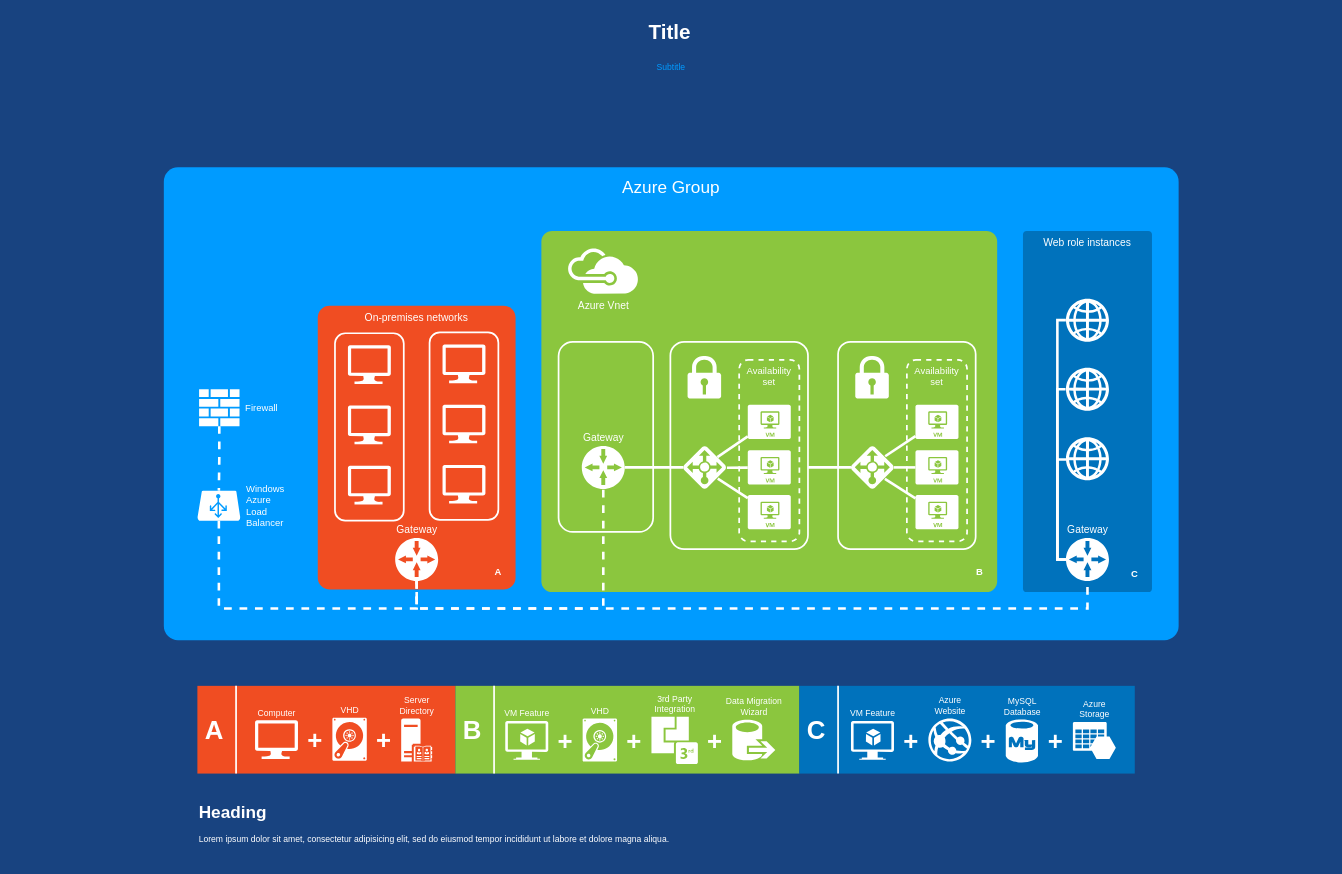
Before: page "Page-1" (1 of 2) of Untitled Diagram.drawio in yijiangwen/dew, a draw.io diagram. Source tidied: cells renumbered, new cells numbered last; positions are measured from the earlier drawing's top-left corner, leaving out a move shared by most shapes. Both pictures are drawn from the tidied source at 86%, with x=0, y=0 at pixel (15, 15).
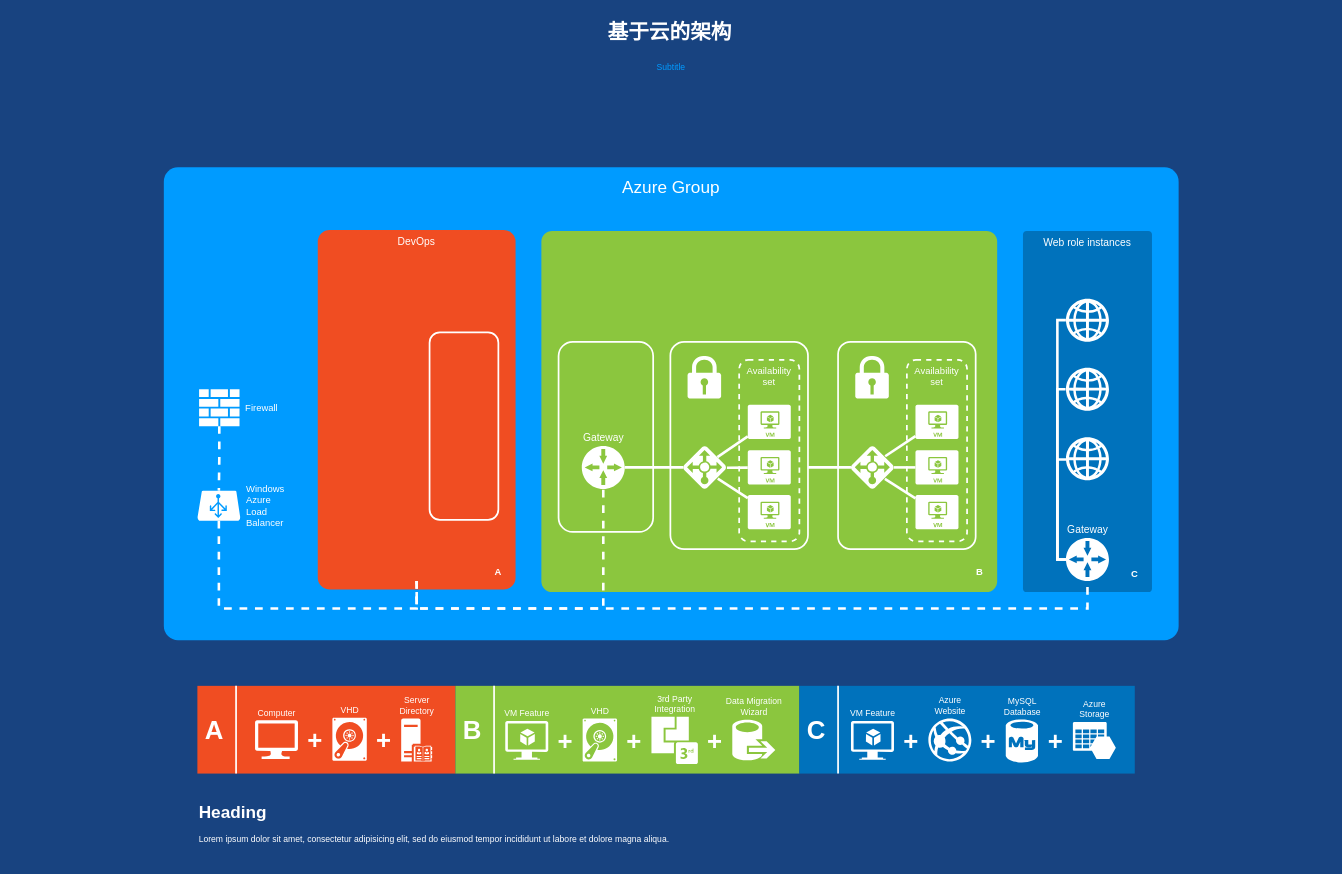
After the change.

Commit message:
交易-技术架构2021.1.21

Unchanged cells that the change refers to:
```xml
<mxCell id="14" value="Gateway" style="shadow=0;dashed=0;html=1;strokeColor=none;shape=mxgraph.mscae.enterprise.gateway;fillColor=#FFFFFF;rounded=0;fontSize=12;fontColor=#FFFFFF;align=center;labelPosition=center;verticalLabelPosition=top;verticalAlign=bottom;" parent="1" vertex="1">
  <mxGeometry x="659" y="501" width="50" height="50" as="geometry" />
</mxCell>
<mxCell id="45" value="Windows&lt;div&gt;Azure&lt;/div&gt;&lt;div&gt;Load&lt;/div&gt;&lt;div&gt;Balancer&lt;/div&gt;" style="verticalLabelPosition=middle;html=1;verticalAlign=middle;strokeColor=none;fillColor=#FFFFFF;shape=mxgraph.azure.azure_load_balancer;rounded=1;shadow=0;dashed=1;fontSize=11;fontColor=#FFFFFF;align=left;labelPosition=right;spacingLeft=5;" parent="1" vertex="1">
  <mxGeometry x="212" y="553" width="50" height="35" as="geometry" />
</mxCell>
<mxCell id="51" value="Gateway" style="shadow=0;dashed=0;html=1;strokeColor=none;shape=mxgraph.mscae.enterprise.gateway;fillColor=#FFFFFF;rounded=0;fontSize=12;fontColor=#FFFFFF;align=center;labelPosition=center;verticalLabelPosition=top;verticalAlign=bottom;" parent="1" vertex="1">
  <mxGeometry x="1222" y="608" width="50" height="50" as="geometry" />
</mxCell>
```

What changed in the source:
```diff
@@
-    <mxCell id="7" value="On-premises networks" style="rounded=1;whiteSpace=wrap;html=1;shadow=0;strokeWidth=2;fillColor=#F04D22;fontSize=12;fontColor=#FFFFFF;align=center;strokeColor=none;arcSize=6;verticalAlign=top;" parent="1" vertex="1">
-      <mxGeometry x="352" y="338" width="230" height="330" as="geometry" />
+    <mxCell id="7" value="DevOps" style="rounded=1;whiteSpace=wrap;html=1;shadow=0;strokeWidth=2;fillColor=#F04D22;fontSize=12;fontColor=#FFFFFF;align=center;strokeColor=none;arcSize=6;verticalAlign=top;" parent="1" vertex="1">
+      <mxGeometry x="352" y="250" width="230" height="418" as="geometry" />
     </mxCell>
-    <mxCell id="8" style="rounded=1;whiteSpace=wrap;html=1;shadow=0;strokeWidth=2;fillColor=none;fontSize=12;fontColor=#000000;align=center;strokeColor=#FFFFFF;" parent="1" vertex="1">
-      <mxGeometry x="372" y="370" width="80" height="218" as="geometry" />
-    </mxCell>
@@
-    <mxCell id="10" style="verticalLabelPosition=bottom;html=1;verticalAlign=top;strokeColor=none;fillColor=#FFFFFF;shape=mxgraph.azure.computer;rounded=0;shadow=0;fontSize=12;fontColor=#000000;align=center;" parent="1" vertex="1">
-      <mxGeometry x="387" y="384" width="50" height="45" as="geometry" />
-    </mxCell>
-    <mxCell id="11" style="verticalLabelPosition=bottom;html=1;verticalAlign=top;strokeColor=none;fillColor=#FFFFFF;shape=mxgraph.azure.computer;rounded=0;shadow=0;fontSize=12;fontColor=#000000;align=center;" parent="1" vertex="1">
-      <mxGeometry x="387" y="454" width="50" height="45" as="geometry" />
-    </mxCell>
-    <mxCell id="12" style="verticalLabelPosition=bottom;html=1;verticalAlign=top;strokeColor=none;fillColor=#FFFFFF;shape=mxgraph.azure.computer;rounded=0;shadow=0;fontSize=12;fontColor=#000000;align=center;" parent="1" vertex="1">
-      <mxGeometry x="387" y="524" width="50" height="45" as="geometry" />
-    </mxCell>
@@
-    <mxCell id="23" value="Azure Vnet" style="shadow=0;dashed=0;html=1;strokeColor=none;fillColor=#FFFFFF;labelPosition=center;verticalLabelPosition=bottom;verticalAlign=top;shape=mxgraph.office.clouds.azure;rounded=1;fontSize=12;fontColor=#FFFFFF;align=center;" parent="1" vertex="1">
-      <mxGeometry x="642" y="271" width="83" height="53" as="geometry" />
-    </mxCell>
@@
-    <mxCell id="25" style="verticalLabelPosition=bottom;html=1;verticalAlign=top;strokeColor=none;fillColor=#FFFFFF;shape=mxgraph.azure.computer;rounded=0;shadow=0;fontSize=12;fontColor=#000000;align=center;" parent="1" vertex="1">
-      <mxGeometry x="497" y="383" width="50" height="45" as="geometry" />
-    </mxCell>
-    <mxCell id="26" style="verticalLabelPosition=bottom;html=1;verticalAlign=top;strokeColor=none;fillColor=#FFFFFF;shape=mxgraph.azure.computer;rounded=0;shadow=0;fontSize=12;fontColor=#000000;align=center;" parent="1" vertex="1">
-      <mxGeometry x="497" y="453" width="50" height="45" as="geometry" />
-    </mxCell>
-    <mxCell id="27" style="verticalLabelPosition=bottom;html=1;verticalAlign=top;strokeColor=none;fillColor=#FFFFFF;shape=mxgraph.azure.computer;rounded=0;shadow=0;fontSize=12;fontColor=#000000;align=center;" parent="1" vertex="1">
-      <mxGeometry x="497" y="523" width="50" height="45" as="geometry" />
-    </mxCell>
-    <mxCell id="28" style="edgeStyle=orthogonalEdgeStyle;html=1;startArrow=none;startFill=0;startSize=10;endArrow=none;endFill=0;endSize=10;strokeWidth=3;fontSize=11;fontColor=#FFFFFF;strokeColor=#FFFFFF;dashed=1;rounded=0;" parent="1" edge="1" source="29" target="14">
+    <mxCell id="28" style="edgeStyle=orthogonalEdgeStyle;html=1;startArrow=none;startFill=0;startSize=10;endArrow=none;endFill=0;endSize=10;strokeWidth=3;fontSize=11;fontColor=#FFFFFF;strokeColor=#FFFFFF;dashed=1;rounded=0;" parent="1" edge="1" target="14">
       <mxGeometry relative="1" as="geometry">
+        <mxPoint x="467" y="658" as="sourcePoint" />
         <Array as="points">
           <mxPoint x="467" y="690" />
           <mxPoint x="684" y="690" />
         </Array>
       </mxGeometry>
     </mxCell>
-    <mxCell id="29" value="Gateway" style="shadow=0;dashed=0;html=1;strokeColor=none;shape=mxgraph.mscae.enterprise.gateway;fillColor=#FFFFFF;rounded=0;fontSize=12;fontColor=#FFFFFF;align=center;labelPosition=center;verticalLabelPosition=top;verticalAlign=bottom;" parent="1" vertex="1">
-      <mxGeometry x="442" y="608" width="50" height="50" as="geometry" />
-    </mxCell>
@@
-    <mxCell id="43" style="edgeStyle=orthogonalEdgeStyle;html=1;startArrow=none;startFill=0;startSize=10;endArrow=none;endFill=0;endSize=10;strokeWidth=3;fontSize=11;fontColor=#FFFFFF;strokeColor=#FFFFFF;dashed=1;rounded=0;" parent="1" edge="1" source="29" target="51">
+    <mxCell id="43" style="edgeStyle=orthogonalEdgeStyle;html=1;startArrow=none;startFill=0;startSize=10;endArrow=none;endFill=0;endSize=10;strokeWidth=3;fontSize=11;fontColor=#FFFFFF;strokeColor=#FFFFFF;dashed=1;rounded=0;" parent="1" edge="1" target="51">
       <mxGeometry relative="1" as="geometry">
+        <mxPoint x="467" y="658" as="sourcePoint" />
         <Array as="points">
           <mxPoint x="467" y="690" />
           <mxPoint x="1247" y="690" />
         </Array>
       </mxGeometry>
     </mxCell>
-    <mxCell id="44" style="edgeStyle=orthogonalEdgeStyle;html=1;startArrow=none;startFill=0;startSize=10;endArrow=none;endFill=0;endSize=10;strokeWidth=3;fontSize=11;fontColor=#FFFFFF;strokeColor=#FFFFFF;dashed=1;rounded=0;" parent="1" edge="1" source="45" target="29">
+    <mxCell id="44" style="edgeStyle=orthogonalEdgeStyle;html=1;startArrow=none;startFill=0;startSize=10;endArrow=none;endFill=0;endSize=10;strokeWidth=3;fontSize=11;fontColor=#FFFFFF;strokeColor=#FFFFFF;dashed=1;rounded=0;" parent="1" edge="1" source="45">
       <mxGeometry relative="1" as="geometry">
+        <mxPoint x="467" y="658" as="targetPoint" />
         <Array as="points">
           <mxPoint x="237" y="690" />
           <mxPoint x="467" y="690" />
         </Array>
       </mxGeometry>
     </mxCell>
@@
-    <mxCell id="83" value="Title" style="text;strokeColor=none;fillColor=none;html=1;fontSize=24;fontStyle=1;verticalAlign=middle;align=center;rounded=0;shadow=0;fontColor=#FFFFFF;" parent="1" vertex="1">
+    <mxCell id="83" value="基于云的架构" style="text;strokeColor=none;fillColor=none;html=1;fontSize=24;fontStyle=1;verticalAlign=middle;align=center;rounded=0;shadow=0;fontColor=#FFFFFF;" parent="1" vertex="1">
       <mxGeometry x="6" width="1510" height="40" as="geometry" />
     </mxCell>
```
